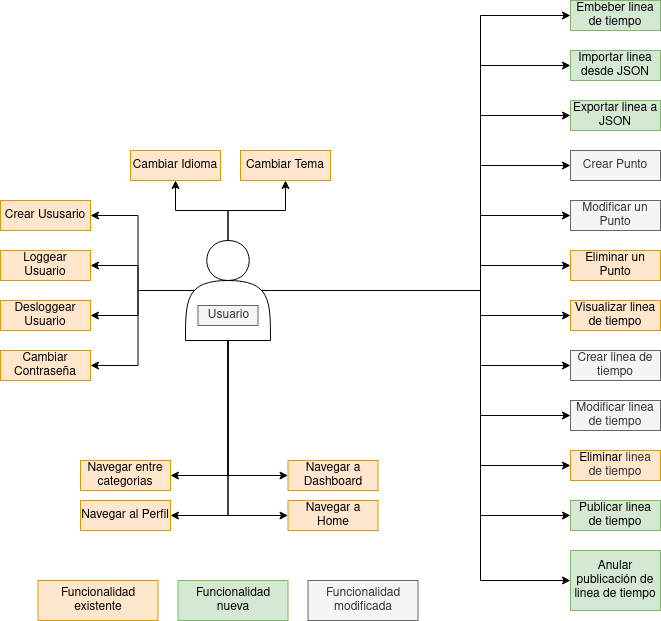
This is diagrams/diagrama-casos-de-uso-entrega3.drawio.png from mendezigna/linea-de-tiempo, a draw.io export, as it was before one commit. Source tidied: cells renumbered, new cells last; positions are measured from the earlier drawing's top-left corner, leaving out a move shared by most shapes.
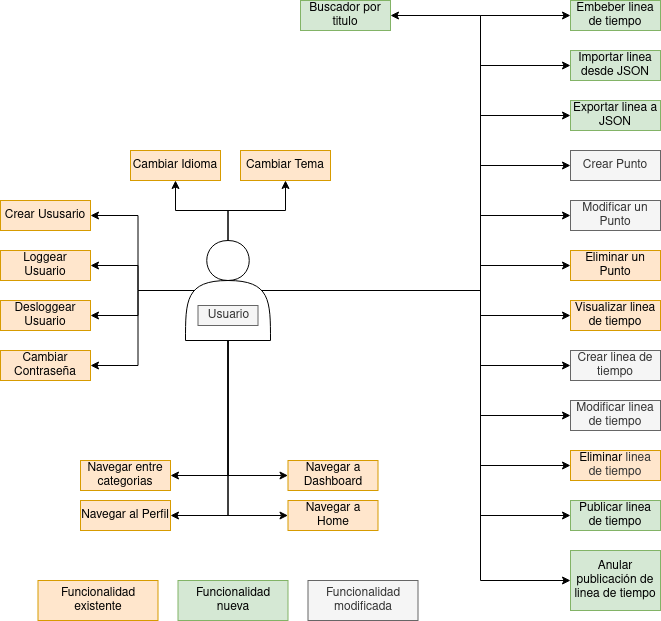
After the commit.

Change to the diagram source:
```diff
@@ -140,6 +140,14 @@
         </Array>
       </mxGeometry>
     </mxCell>
+    <mxCell id="51" style="edgeStyle=orthogonalEdgeStyle;rounded=0;jettySize=auto;html=1;" parent="1" edge="1" source="28" target="52">
+      <mxGeometry relative="1" as="geometry">
+        <Array as="points">
+          <mxPoint x="480" y="290" />
+          <mxPoint x="480" y="15" />
+        </Array>
+      </mxGeometry>
+    </mxCell>
     <mxCell id="28" style="shape=actor;whiteSpace=wrap;html=1;" parent="1" vertex="1">
       <mxGeometry x="185" y="240" width="85" height="100" as="geometry" />
     </mxCell>
@@ -209,5 +217,8 @@
     <mxCell id="50" value="Embeber linea de tiempo" style="rounded=0;whiteSpace=wrap;html=1;fillColor=#d5e8d4;strokeColor=#82b366;" parent="1" vertex="1">
       <mxGeometry x="570" width="90" height="30" as="geometry" />
     </mxCell>
+    <mxCell id="52" value="Buscador por titulo" style="rounded=0;whiteSpace=wrap;html=1;fillColor=#d5e8d4;strokeColor=#82b366;" parent="1" vertex="1">
+      <mxGeometry x="300" width="90" height="30" as="geometry" />
+    </mxCell>
   </root>
 </mxGraphModel>
```
